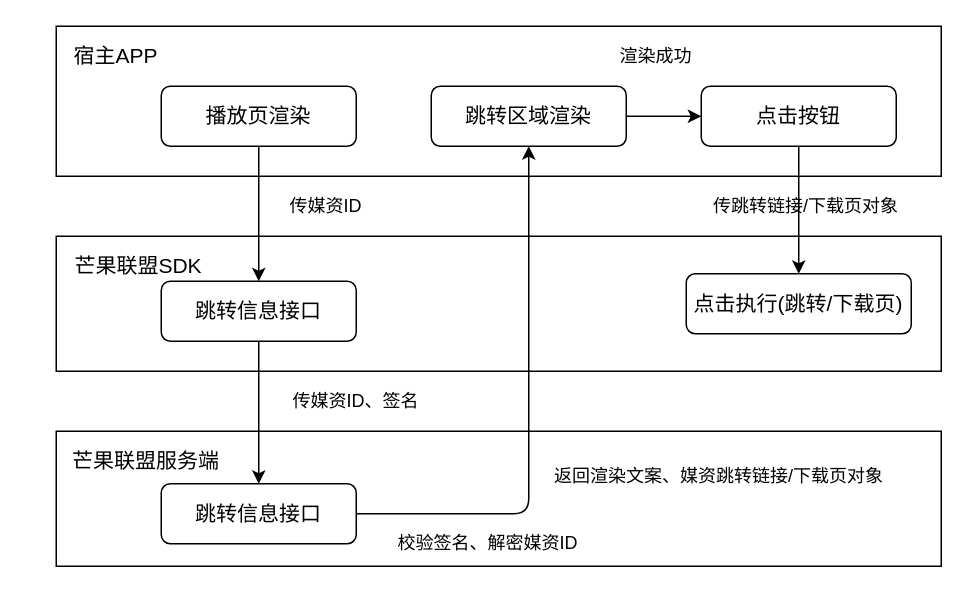
Before: Untitled Diagram.drawio in jakey766/goblog, a draw.io diagram. Source tidied: cells renumbered, new cells numbered last; positions are measured from the earlier drawing's top-left corner, leaving out a move shared by most shapes. Both pictures are drawn from the tidied source at 150%, with x=0, y=0 at pixel (56, 26).
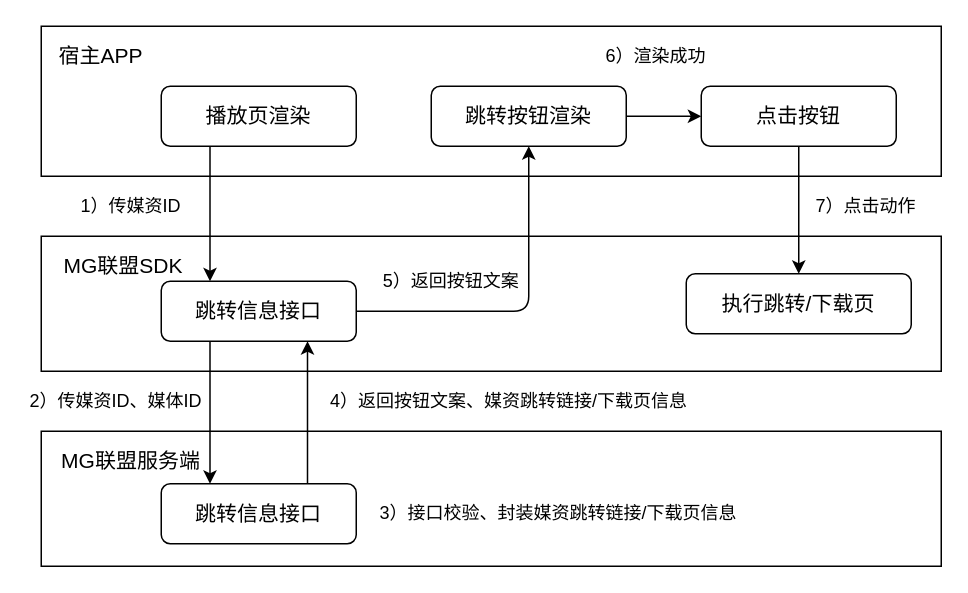
The same diagram, later.

Commit message:
union_click

Unchanged cells that the change refers to:
```xml
<mxCell id="4" value="&lt;font style=&quot;font-size: 14px&quot;&gt;播放页渲染&lt;/font&gt;" style="rounded=1;whiteSpace=wrap;html=1;" parent="1" vertex="1">
  <mxGeometry x="70" y="40" width="130" height="40" as="geometry" />
</mxCell>
<mxCell id="7" value="&lt;font style=&quot;font-size: 14px&quot;&gt;跳转信息接口&lt;/font&gt;" style="rounded=1;whiteSpace=wrap;html=1;" parent="1" vertex="1">
  <mxGeometry x="70" y="170" width="130" height="40" as="geometry" />
</mxCell>
<mxCell id="10" value="&lt;font style=&quot;font-size: 14px&quot;&gt;跳转信息接口&lt;/font&gt;" style="rounded=1;whiteSpace=wrap;html=1;" parent="1" vertex="1">
  <mxGeometry x="70" y="305" width="130" height="40" as="geometry" />
</mxCell>
```

What changed in the source:
```diff
@@
     <mxCell id="2" style="rounded=0;whiteSpace=wrap;html=1;align=center;" parent="1" vertex="1">
-      <mxGeometry width="590" height="100" as="geometry" />
+      <mxGeometry x="-10" width="600" height="100" as="geometry" />
     </mxCell>
     <mxCell id="3" style="rounded=0;whiteSpace=wrap;html=1;align=center;" parent="1" vertex="1">
-      <mxGeometry y="140" width="590" height="90" as="geometry" />
+      <mxGeometry x="-10" y="140" width="600" height="90" as="geometry" />
     </mxCell>
@@
     <mxCell id="5" value="&lt;font style=&quot;font-size: 14px&quot;&gt;宿主APP&lt;/font&gt;" style="text;html=1;strokeColor=none;fillColor=none;align=center;verticalAlign=middle;whiteSpace=wrap;rounded=0;" parent="1" vertex="1">
-      <mxGeometry x="10" y="10" width="60" height="20" as="geometry" />
+      <mxGeometry y="10" width="60" height="20" as="geometry" />
     </mxCell>
-    <mxCell id="6" value="&lt;font style=&quot;font-size: 14px&quot;&gt;芒果联盟SDK&lt;/font&gt;" style="text;html=1;strokeColor=none;fillColor=none;align=center;verticalAlign=middle;whiteSpace=wrap;rounded=0;" parent="1" vertex="1">
-      <mxGeometry x="10" y="150" width="90" height="20" as="geometry" />
+    <mxCell id="6" value="&lt;font style=&quot;font-size: 14px&quot;&gt;MG联盟SDK&lt;/font&gt;" style="text;html=1;strokeColor=none;fillColor=none;align=center;verticalAlign=middle;whiteSpace=wrap;rounded=0;" parent="1" vertex="1">
+      <mxGeometry y="150" width="90" height="20" as="geometry" />
     </mxCell>
@@
     <mxCell id="8" style="rounded=0;whiteSpace=wrap;html=1;align=center;" parent="1" vertex="1">
-      <mxGeometry y="270" width="590" height="90" as="geometry" />
+      <mxGeometry x="-10" y="270" width="600" height="90" as="geometry" />
     </mxCell>
-    <mxCell id="9" value="&lt;font style=&quot;font-size: 14px&quot;&gt;芒果联盟服务端&lt;/font&gt;" style="text;html=1;strokeColor=none;fillColor=none;align=center;verticalAlign=middle;whiteSpace=wrap;rounded=0;" parent="1" vertex="1">
-      <mxGeometry x="10" y="280" width="100" height="20" as="geometry" />
+    <mxCell id="9" value="&lt;font style=&quot;font-size: 14px&quot;&gt;MG联盟服务端&lt;/font&gt;" style="text;html=1;strokeColor=none;fillColor=none;align=center;verticalAlign=middle;whiteSpace=wrap;rounded=0;" parent="1" vertex="1">
+      <mxGeometry y="280" width="100" height="20" as="geometry" />
     </mxCell>
@@
-    <mxCell id="11" style="endArrow=classic;html=1;exitX=0.5;exitY=1;exitDx=0;exitDy=0;entryX=0.5;entryY=0;entryDx=0;entryDy=0;" parent="1" edge="1" source="4" target="7">
+    <mxCell id="11" style="endArrow=classic;html=1;exitX=0.25;exitY=1;exitDx=0;exitDy=0;entryX=0.25;entryY=0;entryDx=0;entryDy=0;" parent="1" edge="1" source="4" target="7">
       <mxGeometry relative="1" as="geometry" />
     </mxCell>
-    <mxCell id="12" style="endArrow=classic;html=1;entryX=0.5;entryY=0;entryDx=0;entryDy=0;" parent="1" edge="1" target="10">
-      <mxGeometry relative="1" as="geometry">
-        <mxPoint x="135" y="210" as="sourcePoint" />
-      </mxGeometry>
+    <mxCell id="12" style="endArrow=classic;html=1;entryX=0.25;entryY=0;entryDx=0;entryDy=0;exitX=0.25;exitY=1;exitDx=0;exitDy=0;" parent="1" edge="1" source="7" target="10">
+      <mxGeometry relative="1" as="geometry" />
     </mxCell>
-    <mxCell id="13" value="&lt;font style=&quot;font-size: 14px&quot;&gt;跳转区域渲染&lt;/font&gt;" style="rounded=1;whiteSpace=wrap;html=1;" parent="1" vertex="1">
+    <mxCell id="13" value="&lt;font style=&quot;font-size: 14px&quot;&gt;跳转按钮渲染&lt;/font&gt;" style="rounded=1;whiteSpace=wrap;html=1;" parent="1" vertex="1">
       <mxGeometry x="250" y="40" width="130" height="40" as="geometry" />
     </mxCell>
@@
-    <mxCell id="15" value="&lt;font style=&quot;font-size: 14px&quot;&gt;点击执行(跳转/下载页)&lt;/font&gt;" style="rounded=1;whiteSpace=wrap;html=1;" parent="1" vertex="1">
+    <mxCell id="15" value="&lt;font style=&quot;font-size: 14px&quot;&gt;执行跳转/下载页&lt;/font&gt;" style="rounded=1;whiteSpace=wrap;html=1;" parent="1" vertex="1">
       <mxGeometry x="420" y="165" width="150" height="40" as="geometry" />
     </mxCell>
-    <mxCell id="16" style="endArrow=classic;html=1;entryX=0.5;entryY=1;entryDx=0;entryDy=0;exitX=1;exitY=0.5;exitDx=0;exitDy=0;" parent="1" edge="1" source="10" target="13">
-      <mxGeometry relative="1" as="geometry">
-        <Array as="points">
-          <mxPoint x="315" y="325" />
-        </Array>
-      </mxGeometry>
-    </mxCell>
@@
-    <mxCell id="19" value="传媒资ID" style="text;html=1;strokeColor=none;fillColor=none;align=center;verticalAlign=middle;whiteSpace=wrap;rounded=0;" parent="1" vertex="1">
-      <mxGeometry x="140" y="110" width="80" height="20" as="geometry" />
+    <mxCell id="19" value="1）传媒资ID" style="text;html=1;strokeColor=none;fillColor=none;align=center;verticalAlign=middle;whiteSpace=wrap;rounded=0;" parent="1" vertex="1">
+      <mxGeometry x="10" y="110" width="80" height="20" as="geometry" />
     </mxCell>
-    <mxCell id="20" value="传媒资ID、签名" style="text;html=1;strokeColor=none;fillColor=none;align=center;verticalAlign=middle;whiteSpace=wrap;rounded=0;" parent="1" vertex="1">
-      <mxGeometry x="140" y="240" width="120" height="20" as="geometry" />
+    <mxCell id="20" value="2）传媒资ID、媒体ID" style="text;html=1;strokeColor=none;fillColor=none;align=center;verticalAlign=middle;whiteSpace=wrap;rounded=0;" parent="1" vertex="1">
+      <mxGeometry x="-20" y="240" width="120" height="20" as="geometry" />
     </mxCell>
-    <mxCell id="21" value="&lt;font style=&quot;font-size: 12px&quot;&gt;校验签名、解密媒资ID&lt;/font&gt;" style="text;html=1;strokeColor=none;fillColor=none;align=center;verticalAlign=middle;whiteSpace=wrap;rounded=0;" parent="1" vertex="1">
-      <mxGeometry x="160" y="335" width="256" height="20" as="geometry" />
+    <mxCell id="21" value="&lt;font style=&quot;font-size: 12px&quot;&gt;3）接口校验、封装媒资跳转链接/下载页信息&lt;/font&gt;" style="text;html=1;strokeColor=none;fillColor=none;align=center;verticalAlign=middle;whiteSpace=wrap;rounded=0;" parent="1" vertex="1">
+      <mxGeometry x="207" y="315" width="256" height="20" as="geometry" />
     </mxCell>
-    <mxCell id="22" value="&lt;font style=&quot;font-size: 12px&quot;&gt;返回渲染文案、媒资跳转链接/下载页对象&lt;/font&gt;" style="text;html=1;strokeColor=none;fillColor=none;align=center;verticalAlign=middle;whiteSpace=wrap;rounded=0;" parent="1" vertex="1">
-      <mxGeometry x="314" y="290" width="256" height="20" as="geometry" />
+    <mxCell id="22" value="&lt;font style=&quot;font-size: 12px&quot;&gt;4）返回按钮文案、媒资跳转链接/下载页信息&lt;/font&gt;" style="text;html=1;strokeColor=none;fillColor=none;align=center;verticalAlign=middle;whiteSpace=wrap;rounded=0;" parent="1" vertex="1">
+      <mxGeometry x="174" y="240" width="256" height="20" as="geometry" />
     </mxCell>
-    <mxCell id="23" value="渲染成功" style="text;html=1;strokeColor=none;fillColor=none;align=center;verticalAlign=middle;whiteSpace=wrap;rounded=0;" parent="1" vertex="1">
+    <mxCell id="23" value="6）渲染成功" style="text;html=1;strokeColor=none;fillColor=none;align=center;verticalAlign=middle;whiteSpace=wrap;rounded=0;" parent="1" vertex="1">
       <mxGeometry x="360" y="10" width="80" height="20" as="geometry" />
     </mxCell>
-    <mxCell id="24" value="传跳转链接/下载页对象" style="text;html=1;strokeColor=none;fillColor=none;align=center;verticalAlign=middle;whiteSpace=wrap;rounded=0;" parent="1" vertex="1">
-      <mxGeometry x="430" y="110" width="140" height="20" as="geometry" />
-    </mxCell>
+    <mxCell id="25" style="endArrow=classic;html=1;entryX=0.75;entryY=1;entryDx=0;entryDy=0;exitX=0.75;exitY=0;exitDx=0;exitDy=0;" parent="1" edge="1" source="10" target="7">
+      <mxGeometry relative="1" as="geometry" />
+    </mxCell>
+    <mxCell id="26" style="endArrow=classic;html=1;entryX=0.5;entryY=1;entryDx=0;entryDy=0;exitX=1;exitY=0.5;exitDx=0;exitDy=0;" parent="1" edge="1" source="7" target="13">
+      <mxGeometry relative="1" as="geometry">
+        <Array as="points">
+          <mxPoint x="315" y="190" />
+        </Array>
+      </mxGeometry>
+    </mxCell>
+    <mxCell id="27" value="&lt;font style=&quot;font-size: 12px&quot;&gt;5）返回按钮文案&lt;/font&gt;" style="text;html=1;strokeColor=none;fillColor=none;align=center;verticalAlign=middle;whiteSpace=wrap;rounded=0;" parent="1" vertex="1">
+      <mxGeometry x="207" y="160" width="113" height="20" as="geometry" />
+    </mxCell>
+    <mxCell id="28" value="7）点击动作" style="text;html=1;strokeColor=none;fillColor=none;align=center;verticalAlign=middle;whiteSpace=wrap;rounded=0;" parent="1" vertex="1">
+      <mxGeometry x="500" y="110" width="80" height="20" as="geometry" />
+    </mxCell>
```
